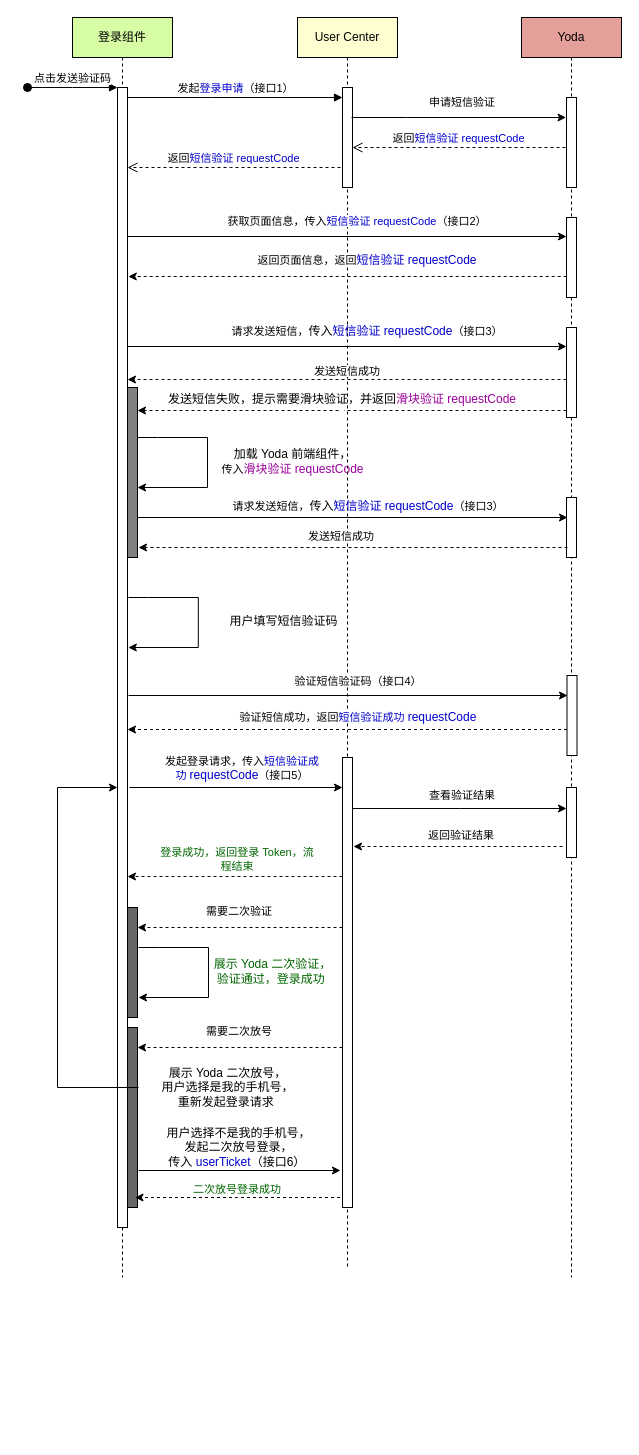
The draw.io diagram src/未命名绘图.drawio in zhengjiaqi/draw, before the edit. Source tidied: cells renumbered, new cells numbered last; positions are measured from the earlier drawing's top-left corner, leaving out a move shared by most shapes. Both pictures are drawn from the tidied source at 100%, with x=0, y=0 at pixel (27, 17).
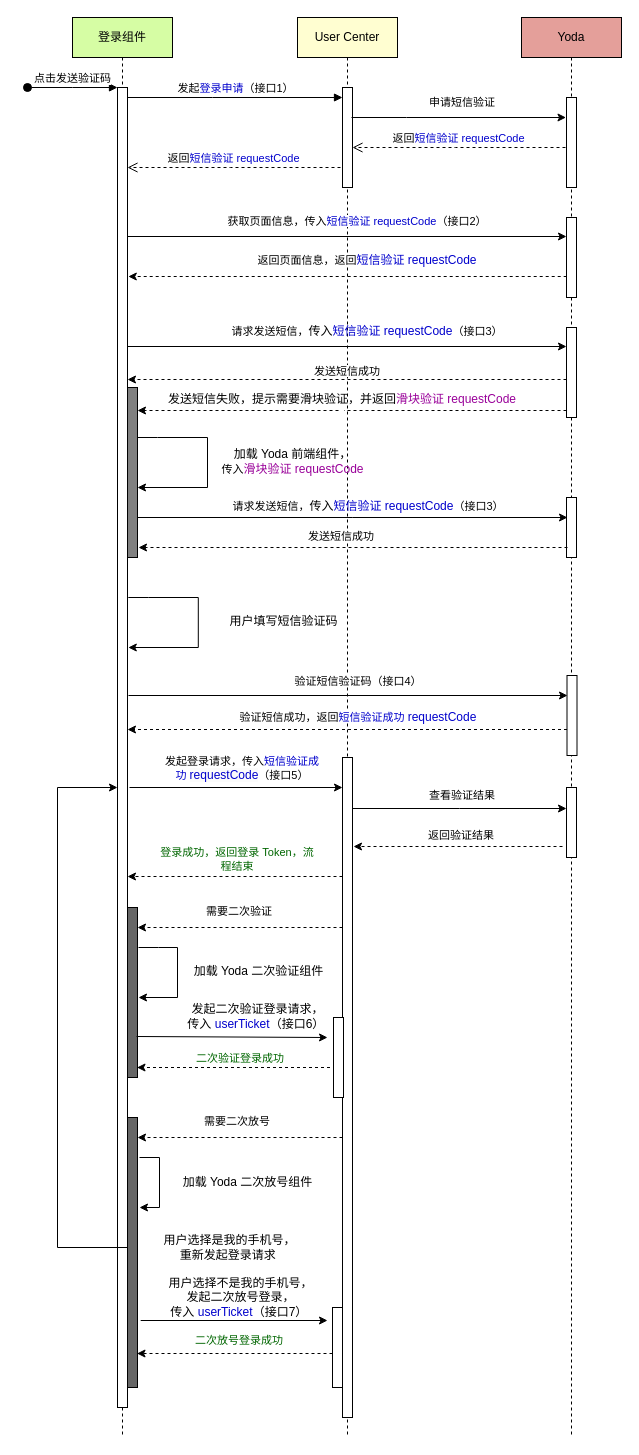
Above is the later version.

Commit message:
更新未命名绘图.drawio

The edit, as a diff of the source:
```diff
@@
     <mxCell id="2" value="登录组件" style="shape=umlLifeline;perimeter=lifelinePerimeter;whiteSpace=wrap;html=1;newEdgeStyle={&quot;edgeStyle&quot;:&quot;elbowEdgeStyle&quot;,&quot;elbow&quot;:&quot;vertical&quot;,&quot;curved&quot;:0,&quot;rounded&quot;:0};fillColor=#D6FDA4;" parent="1" vertex="1">
-      <mxGeometry x="45" width="100" height="1260" as="geometry" />
+      <mxGeometry x="45" width="100" height="1420" as="geometry" />
     </mxCell>
     <mxCell id="3" style="html=1;points=[];perimeter=orthogonalPerimeter;outlineConnect=0;targetShapes=umlLifeline;portConstraint=eastwest;newEdgeStyle={&quot;edgeStyle&quot;:&quot;elbowEdgeStyle&quot;,&quot;elbow&quot;:&quot;vertical&quot;,&quot;curved&quot;:0,&quot;rounded&quot;:0};" parent="2" vertex="1">
-      <mxGeometry x="45" y="70" width="10" height="1140" as="geometry" />
+      <mxGeometry x="45" y="70" width="10" height="1320" as="geometry" />
     </mxCell>
@@
     <mxCell id="5" style="html=1;perimeter=orthogonalPerimeter;targetShapes=umlLifeline;newEdgeStyle={&quot;edgeStyle&quot;:&quot;elbowEdgeStyle&quot;,&quot;elbow&quot;:&quot;vertical&quot;,&quot;curved&quot;:0,&quot;rounded&quot;:0};fillColor=#666666;" parent="2" vertex="1">
-      <mxGeometry x="55" y="890" width="10" height="110" as="geometry" />
+      <mxGeometry x="55" y="890" width="10" height="170" as="geometry" />
     </mxCell>
@@
-    <mxCell id="7" style="html=1;points=[];perimeter=orthogonalPerimeter;outlineConnect=0;targetShapes=umlLifeline;portConstraint=eastwest;newEdgeStyle={&quot;edgeStyle&quot;:&quot;elbowEdgeStyle&quot;,&quot;elbow&quot;:&quot;vertical&quot;,&quot;curved&quot;:0,&quot;rounded&quot;:0};fillColor=#666666;" parent="2" vertex="1">
-      <mxGeometry x="55" y="1010" width="10" height="180" as="geometry" />
-    </mxCell>
     <mxCell id="8" value="User Center" style="shape=umlLifeline;perimeter=lifelinePerimeter;whiteSpace=wrap;html=1;newEdgeStyle={&quot;edgeStyle&quot;:&quot;elbowEdgeStyle&quot;,&quot;elbow&quot;:&quot;vertical&quot;,&quot;curved&quot;:0,&quot;rounded&quot;:0};fillColor=#FFFED1;" parent="1" vertex="1">
-      <mxGeometry x="270" width="100" height="1250" as="geometry" />
+      <mxGeometry x="270" width="100" height="1420" as="geometry" />
     </mxCell>
@@
     <mxCell id="10" style="html=1;points=[];perimeter=orthogonalPerimeter;outlineConnect=0;targetShapes=umlLifeline;portConstraint=eastwest;newEdgeStyle={&quot;edgeStyle&quot;:&quot;elbowEdgeStyle&quot;,&quot;elbow&quot;:&quot;vertical&quot;,&quot;curved&quot;:0,&quot;rounded&quot;:0};" parent="8" vertex="1">
-      <mxGeometry x="45" y="740" width="10" height="450" as="geometry" />
+      <mxGeometry x="45" y="740" width="10" height="660" as="geometry" />
     </mxCell>
+    <mxCell id="7" style="html=1;points=[];perimeter=orthogonalPerimeter;outlineConnect=0;targetShapes=umlLifeline;portConstraint=eastwest;newEdgeStyle={&quot;edgeStyle&quot;:&quot;elbowEdgeStyle&quot;,&quot;elbow&quot;:&quot;vertical&quot;,&quot;curved&quot;:0,&quot;rounded&quot;:0};fillColor=#666666;" parent="8" vertex="1">
+      <mxGeometry x="-170" y="1100" width="10" height="270" as="geometry" />
+    </mxCell>
+    <mxCell id="55" style="edgeStyle=elbowEdgeStyle;rounded=0;orthogonalLoop=1;jettySize=auto;html=1;elbow=vertical;curved=0;dashed=1;" parent="8" edge="1">
+      <mxGeometry relative="1" as="geometry">
+        <mxPoint x="45" y="1120" as="sourcePoint" />
+        <mxPoint x="-160" y="1120" as="targetPoint" />
+      </mxGeometry>
+    </mxCell>
+    <mxCell id="65" style="html=1;points=[];perimeter=orthogonalPerimeter;outlineConnect=0;targetShapes=umlLifeline;portConstraint=eastwest;newEdgeStyle={&quot;edgeStyle&quot;:&quot;elbowEdgeStyle&quot;,&quot;elbow&quot;:&quot;vertical&quot;,&quot;curved&quot;:0,&quot;rounded&quot;:0};fillColor=#FFFFFF;" parent="8" vertex="1">
+      <mxGeometry x="35" y="1290" width="10" height="80" as="geometry" />
+    </mxCell>
@@
     <mxCell id="12" value="Yoda" style="shape=umlLifeline;perimeter=lifelinePerimeter;whiteSpace=wrap;html=1;newEdgeStyle={&quot;edgeStyle&quot;:&quot;elbowEdgeStyle&quot;,&quot;elbow&quot;:&quot;vertical&quot;,&quot;curved&quot;:0,&quot;rounded&quot;:0};fillColor=#E49F9A;" parent="1" vertex="1">
-      <mxGeometry x="494" width="100" height="1260" as="geometry" />
+      <mxGeometry x="494" width="100" height="1420" as="geometry" />
     </mxCell>
@@
     <mxCell id="41" style="endArrow=classic;html=1;rounded=0;" parent="1" edge="1">
       <mxGeometry relative="1" as="geometry">
         <mxPoint x="111" y="930" as="sourcePoint" />
         <mxPoint x="111" y="980" as="targetPoint" />
         <Array as="points">
           <mxPoint x="131" y="930" />
-          <mxPoint x="181" y="930" />
-          <mxPoint x="181" y="980" />
+          <mxPoint x="150" y="930" />
+          <mxPoint x="150" y="980" />
         </Array>
       </mxGeometry>
     </mxCell>
-    <mxCell id="42" value="&lt;font color=&quot;#006600&quot;&gt;展示&amp;nbsp;Yoda 二次验证，&lt;br&gt;验证通过，登录成功&amp;nbsp;&lt;/font&gt;" style="text;html=1;align=center;verticalAlign=middle;strokeColor=none;fillColor=none;" parent="1" vertex="1">
-      <mxGeometry x="175" y="934" width="140" height="40" as="geometry" />
+    <mxCell id="42" value="加载 Yoda 二次验证组件" style="text;html=1;align=center;verticalAlign=middle;strokeColor=none;fillColor=none;" parent="1" vertex="1">
+      <mxGeometry x="156" y="939" width="150" height="30" as="geometry" />
     </mxCell>
@@
-    <mxCell id="55" style="edgeStyle=elbowEdgeStyle;rounded=0;orthogonalLoop=1;jettySize=auto;html=1;elbow=vertical;curved=0;dashed=1;" parent="1" edge="1">
-      <mxGeometry relative="1" as="geometry">
-        <mxPoint x="315" y="1030" as="sourcePoint" />
-        <mxPoint x="110" y="1030" as="targetPoint" />
-      </mxGeometry>
-    </mxCell>
     <mxCell id="56" value="&lt;span style=&quot;font-size: 11px; background-color: rgb(255, 255, 255);&quot;&gt;需要二次放号&lt;/span&gt;" style="text;whiteSpace=wrap;html=1;align=center;" parent="1" vertex="1">
-      <mxGeometry x="114" y="1000" width="196" height="20" as="geometry" />
+      <mxGeometry x="112" y="1090" width="196" height="20" as="geometry" />
     </mxCell>
-    <mxCell id="57" style="endArrow=classic;html=1;rounded=0;" parent="1" edge="1" target="3">
+    <mxCell id="57" style="endArrow=classic;html=1;rounded=0;" parent="1" edge="1" source="7" target="3">
       <mxGeometry relative="1" as="geometry">
-        <mxPoint x="111" y="1070" as="sourcePoint" />
         <Array as="points">
-          <mxPoint x="30" y="1070" />
+          <mxPoint x="30" y="1230" />
           <mxPoint x="30" y="770" />
         </Array>
       </mxGeometry>
     </mxCell>
+    <mxCell id="63" style="endArrow=classic;html=1;rounded=0;" parent="1" edge="1">
+      <mxGeometry relative="1" as="geometry">
+        <mxPoint x="100.8" y="580" as="sourcePoint" />
+        <mxPoint x="100.8" y="630" as="targetPoint" />
+        <Array as="points">
+          <mxPoint x="120.8" y="580" />
+          <mxPoint x="170.8" y="580" />
+          <mxPoint x="170.8" y="630" />
+        </Array>
+      </mxGeometry>
+    </mxCell>
+    <mxCell id="64" value="用户填写短信验证码" style="text;html=1;align=center;verticalAlign=middle;strokeColor=none;fillColor=none;" parent="1" vertex="1">
+      <mxGeometry x="190.8" y="589" width="130" height="30" as="geometry" />
+    </mxCell>
+    <mxCell id="66" style="endArrow=classic;html=1;rounded=0;" parent="1" edge="1">
+      <mxGeometry relative="1" as="geometry">
+        <mxPoint x="109.1" y="1019" as="sourcePoint" />
+        <mxPoint x="300" y="1020" as="targetPoint" />
+      </mxGeometry>
+    </mxCell>
+    <mxCell id="67" value="发起二次验证登录请求，&lt;br&gt;传入&lt;font color=&quot;#0000cc&quot;&gt; userTicket&lt;/font&gt;（接口6）&lt;span style=&quot;background-color: initial;&quot;&gt;&amp;nbsp;&lt;/span&gt;" style="text;html=1;align=center;verticalAlign=middle;strokeColor=none;fillColor=none;" parent="1" vertex="1">
+      <mxGeometry x="150" y="979" width="160" height="40" as="geometry" />
+    </mxCell>
+    <mxCell id="68" style="edgeStyle=elbowEdgeStyle;rounded=0;orthogonalLoop=1;jettySize=auto;html=1;elbow=vertical;curved=0;dashed=1;" parent="1" edge="1">
+      <mxGeometry relative="1" as="geometry">
+        <mxPoint x="314.5" y="1050" as="sourcePoint" />
+        <mxPoint x="109.5" y="1050" as="targetPoint" />
+      </mxGeometry>
+    </mxCell>
+    <mxCell id="69" value="&lt;span style=&quot;font-size: 11px; background-color: rgb(255, 255, 255);&quot;&gt;&lt;font color=&quot;#006600&quot;&gt;二次验证登录成功&lt;/font&gt;&lt;/span&gt;" style="text;whiteSpace=wrap;html=1;align=center;" parent="1" vertex="1">
+      <mxGeometry x="115" y="1027" width="196" height="20" as="geometry" />
+    </mxCell>
-    <mxCell id="58" value="展示&amp;nbsp;Yoda 二次放号，&lt;br&gt;用户选择是我的手机号，&lt;br&gt;重新发起登录请求&amp;nbsp;" style="text;html=1;align=center;verticalAlign=middle;strokeColor=none;fillColor=none;" parent="1" vertex="1">
-      <mxGeometry x="120" y="1040" width="160" height="60" as="geometry" />
+    <mxCell id="58" value="用户选择是我的手机号，&lt;br&gt;重新发起登录请求&amp;nbsp;" style="text;html=1;align=center;verticalAlign=middle;strokeColor=none;fillColor=none;" parent="1" vertex="1">
+      <mxGeometry x="122" y="1210" width="160" height="40" as="geometry" />
     </mxCell>
     <mxCell id="59" style="endArrow=classic;html=1;rounded=0;" parent="1" edge="1">
       <mxGeometry relative="1" as="geometry">
-        <mxPoint x="111.2" y="1153" as="sourcePoint" />
-        <mxPoint x="313" y="1153" as="targetPoint" />
+        <mxPoint x="113.2" y="1303" as="sourcePoint" />
+        <mxPoint x="300" y="1303" as="targetPoint" />
       </mxGeometry>
     </mxCell>
-    <mxCell id="60" value="用户选择不是我的手机号，&lt;br&gt;发起二次放号登录，&lt;br&gt;传入&lt;font color=&quot;#0000cc&quot;&gt; userTicket&lt;/font&gt;（接口6）&lt;span style=&quot;background-color: initial;&quot;&gt;&amp;nbsp;&lt;/span&gt;" style="text;html=1;align=center;verticalAlign=middle;strokeColor=none;fillColor=none;" parent="1" vertex="1">
-      <mxGeometry x="125.8" y="1100" width="170" height="60" as="geometry" />
+    <mxCell id="60" value="用户选择不是我的手机号，&lt;br&gt;发起二次放号登录，&lt;br&gt;传入&lt;font color=&quot;#0000cc&quot;&gt; userTicket&lt;/font&gt;（接口7）&lt;span style=&quot;background-color: initial;&quot;&gt;&amp;nbsp;&lt;/span&gt;" style="text;html=1;align=center;verticalAlign=middle;strokeColor=none;fillColor=none;" parent="1" vertex="1">
+      <mxGeometry x="127.8" y="1250" width="170" height="60" as="geometry" />
     </mxCell>
-    <mxCell id="61" style="edgeStyle=elbowEdgeStyle;rounded=0;orthogonalLoop=1;jettySize=auto;html=1;elbow=vertical;curved=0;dashed=1;" parent="1" edge="1">
+    <mxCell id="61" style="edgeStyle=elbowEdgeStyle;rounded=0;jettySize=auto;html=1;elbow=vertical;curved=0;dashed=1;" parent="1" edge="1" source="65">
       <mxGeometry relative="1" as="geometry">
-        <mxPoint x="312.5" y="1180" as="sourcePoint" />
-        <mxPoint x="107.5" y="1180" as="targetPoint" />
+        <mxPoint x="109.5" y="1336" as="targetPoint" />
       </mxGeometry>
     </mxCell>
     <mxCell id="62" value="&lt;span style=&quot;font-size: 11px; background-color: rgb(255, 255, 255);&quot;&gt;&lt;font color=&quot;#006600&quot;&gt;二次放号登录成功&lt;/font&gt;&lt;/span&gt;" style="text;whiteSpace=wrap;html=1;align=center;" parent="1" vertex="1">
-      <mxGeometry x="112" y="1158" width="196" height="20" as="geometry" />
+      <mxGeometry x="114" y="1309" width="196" height="22" as="geometry" />
     </mxCell>
-    <mxCell id="63" style="endArrow=classic;html=1;rounded=0;" parent="1" edge="1">
-      <mxGeometry relative="1" as="geometry">
-        <mxPoint x="100.8" y="580" as="sourcePoint" />
-        <mxPoint x="100.8" y="630" as="targetPoint" />
-        <Array as="points">
-          <mxPoint x="120.8" y="580" />
-          <mxPoint x="170.8" y="580" />
-          <mxPoint x="170.8" y="630" />
-        </Array>
-      </mxGeometry>
-    </mxCell>
-    <mxCell id="64" value="用户填写短信验证码" style="text;html=1;align=center;verticalAlign=middle;strokeColor=none;fillColor=none;" parent="1" vertex="1">
-      <mxGeometry x="190.8" y="589" width="130" height="30" as="geometry" />
-    </mxCell>
+    <mxCell id="70" style="endArrow=classic;html=1;rounded=0;" parent="1" edge="1">
+      <mxGeometry relative="1" as="geometry">
+        <mxPoint x="112" y="1140" as="sourcePoint" />
+        <mxPoint x="112" y="1190" as="targetPoint" />
+        <Array as="points">
+          <mxPoint x="132" y="1140" />
+          <mxPoint x="132" y="1190" />
+        </Array>
+      </mxGeometry>
+    </mxCell>
+    <mxCell id="71" value="加载 Yoda 二次放号组件" style="text;html=1;align=center;verticalAlign=middle;strokeColor=none;fillColor=none;" parent="1" vertex="1">
+      <mxGeometry x="145" y="1150" width="150" height="30" as="geometry" />
+    </mxCell>
+    <mxCell id="72" style="html=1;perimeter=orthogonalPerimeter;targetShapes=umlLifeline;newEdgeStyle={&quot;edgeStyle&quot;:&quot;elbowEdgeStyle&quot;,&quot;elbow&quot;:&quot;vertical&quot;,&quot;curved&quot;:0,&quot;rounded&quot;:0};fillColor=#FFFFFF;" parent="1" vertex="1">
+      <mxGeometry x="306" y="1000" width="10" height="80" as="geometry" />
+    </mxCell>
```
